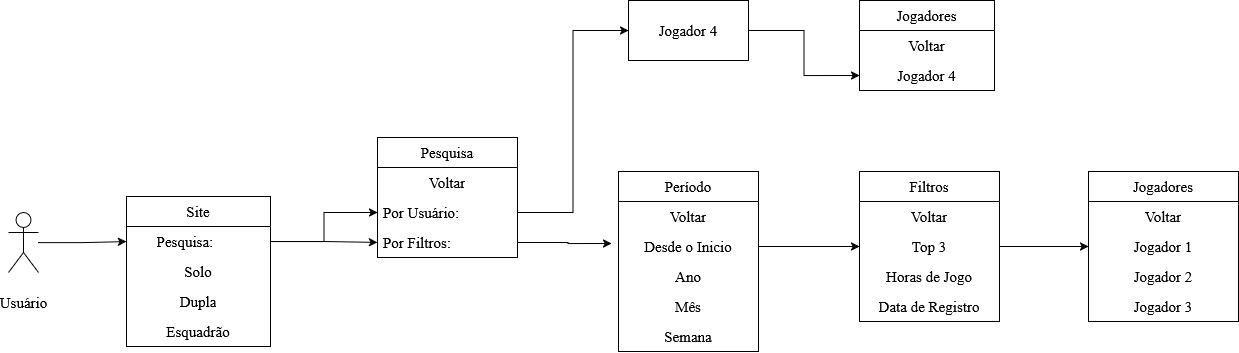
Before: Diagrama de Busca.png, a diagram exported from draw.io (SkylerRedwave/projetoMarcioSegundoSemestre). Source tidied: cells renumbered, new cells last; positions are measured from the earlier drawing's top-left corner, leaving out a move shared by most shapes.
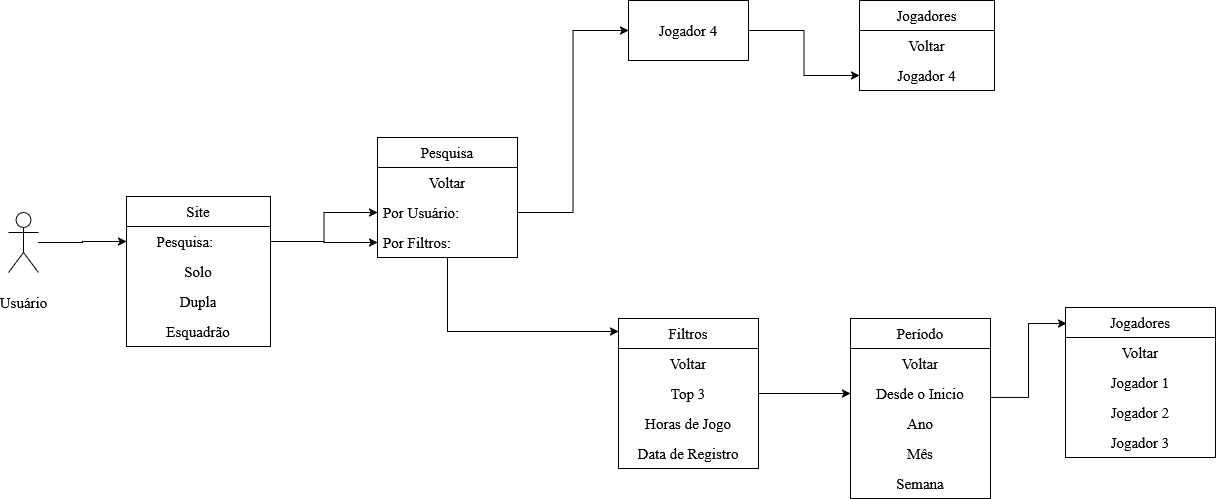
The same file after the commit.

What changed in the source:
```diff
@@ -18,7 +18,7 @@
       <mxGeometry y="60" width="135" height="30" as="geometry" />
     </mxCell>
     <mxCell id="7" value="Jogadores" style="swimlane;fontStyle=0;horizontal=1;startSize=30;whiteSpace=wrap;html=1;fontFamily=Times New Roman;fontSize=15;fontColor=default;align=center;verticalAlign=middle;" parent="1" vertex="1">
-      <mxGeometry x="1080" y="171" width="150" height="150" as="geometry" />
+      <mxGeometry x="1057" y="307" width="150" height="150" as="geometry" />
     </mxCell>
     <mxCell id="8" value="Voltar" style="text;strokeColor=none;fillColor=none;align=center;verticalAlign=middle;spacingLeft=4;spacingRight=4;overflow=hidden;whiteSpace=wrap;html=1;fontFamily=Times New Roman;fontSize=15;fontColor=default;fontStyle=0;" parent="7" vertex="1">
       <mxGeometry y="30" width="150" height="30" as="geometry" />
@@ -33,7 +33,7 @@
       <mxGeometry y="120" width="150" height="30" as="geometry" />
     </mxCell>
     <mxCell id="12" value="Período" style="swimlane;fontStyle=0;horizontal=1;startSize=30;whiteSpace=wrap;html=1;fontFamily=Times New Roman;fontSize=15;fontColor=default;align=center;verticalAlign=middle;" parent="1" vertex="1">
-      <mxGeometry x="610" y="171" width="140" height="180" as="geometry" />
+      <mxGeometry x="842" y="318" width="140" height="180" as="geometry" />
     </mxCell>
     <mxCell id="13" value="Voltar" style="text;strokeColor=none;fillColor=none;align=center;verticalAlign=middle;spacingLeft=4;spacingRight=4;overflow=hidden;whiteSpace=wrap;html=1;fontFamily=Times New Roman;fontSize=15;fontColor=default;fontStyle=0;" parent="12" vertex="1">
       <mxGeometry y="30" width="140" height="30" as="geometry" />
@@ -92,11 +92,8 @@
     <mxCell id="31" style="edgeStyle=orthogonalEdgeStyle;rounded=0;jettySize=auto;html=1;entryX=0;entryY=0.5;entryDx=0;entryDy=0;" parent="1" edge="1" source="25" target="30">
       <mxGeometry relative="1" as="geometry" />
     </mxCell>
-    <mxCell id="32" style="edgeStyle=orthogonalEdgeStyle;rounded=0;jettySize=auto;html=1;entryX=-0.05;entryY=0.4;entryDx=0;entryDy=0;entryPerimeter=0;" parent="1" edge="1" source="26" target="14">
-      <mxGeometry relative="1" as="geometry" />
-    </mxCell>
     <mxCell id="33" value="Filtros" style="swimlane;fontStyle=0;horizontal=1;startSize=30;whiteSpace=wrap;html=1;fontFamily=Times New Roman;fontSize=15;fontColor=default;align=center;verticalAlign=middle;" parent="1" vertex="1">
-      <mxGeometry x="851" y="171" width="140" height="150" as="geometry" />
+      <mxGeometry x="610" y="318" width="140" height="150" as="geometry" />
     </mxCell>
     <mxCell id="34" value="Voltar" style="text;strokeColor=none;fillColor=none;align=center;verticalAlign=middle;spacingLeft=4;spacingRight=4;overflow=hidden;whiteSpace=wrap;html=1;fontFamily=Times New Roman;fontSize=15;fontColor=default;fontStyle=0;" parent="33" vertex="1">
       <mxGeometry y="30" width="140" height="30" as="geometry" />
@@ -110,11 +107,20 @@
     <mxCell id="37" value="Data de Registro" style="text;strokeColor=none;fillColor=none;align=center;verticalAlign=middle;spacingLeft=4;spacingRight=4;overflow=hidden;whiteSpace=wrap;html=1;fontFamily=Times New Roman;fontSize=15;fontColor=default;fontStyle=0;" parent="33" vertex="1">
       <mxGeometry y="120" width="140" height="30" as="geometry" />
     </mxCell>
-    <mxCell id="38" style="edgeStyle=orthogonalEdgeStyle;rounded=0;jettySize=auto;html=1;entryX=0;entryY=0.5;entryDx=0;entryDy=0;" parent="1" edge="1" source="14" target="35">
-      <mxGeometry relative="1" as="geometry" />
-    </mxCell>
-    <mxCell id="39" style="edgeStyle=orthogonalEdgeStyle;rounded=0;jettySize=auto;html=1;" parent="1" edge="1" source="35" target="7">
-      <mxGeometry relative="1" as="geometry" />
-    </mxCell>
+    <mxCell id="40" style="edgeStyle=orthogonalEdgeStyle;rounded=0;jettySize=auto;html=1;" parent="1" edge="1" source="26" target="33">
+      <mxGeometry relative="1" as="geometry">
+        <Array as="points">
+          <mxPoint x="439" y="331" />
+        </Array>
+      </mxGeometry>
+    </mxCell>
+    <mxCell id="41" style="edgeStyle=orthogonalEdgeStyle;rounded=0;jettySize=auto;html=1;" parent="1" edge="1" source="35" target="14">
+      <mxGeometry relative="1" as="geometry" />
+    </mxCell>
+    <mxCell id="42" style="edgeStyle=orthogonalEdgeStyle;rounded=0;jettySize=auto;html=1;entryX=0.007;entryY=0.107;entryDx=0;entryDy=0;entryPerimeter=0;" parent="1" edge="1" target="7">
+      <mxGeometry relative="1" as="geometry">
+        <mxPoint x="982" y="397" as="sourcePoint" />
+      </mxGeometry>
+    </mxCell>
   </root>
 </mxGraphModel>
```
